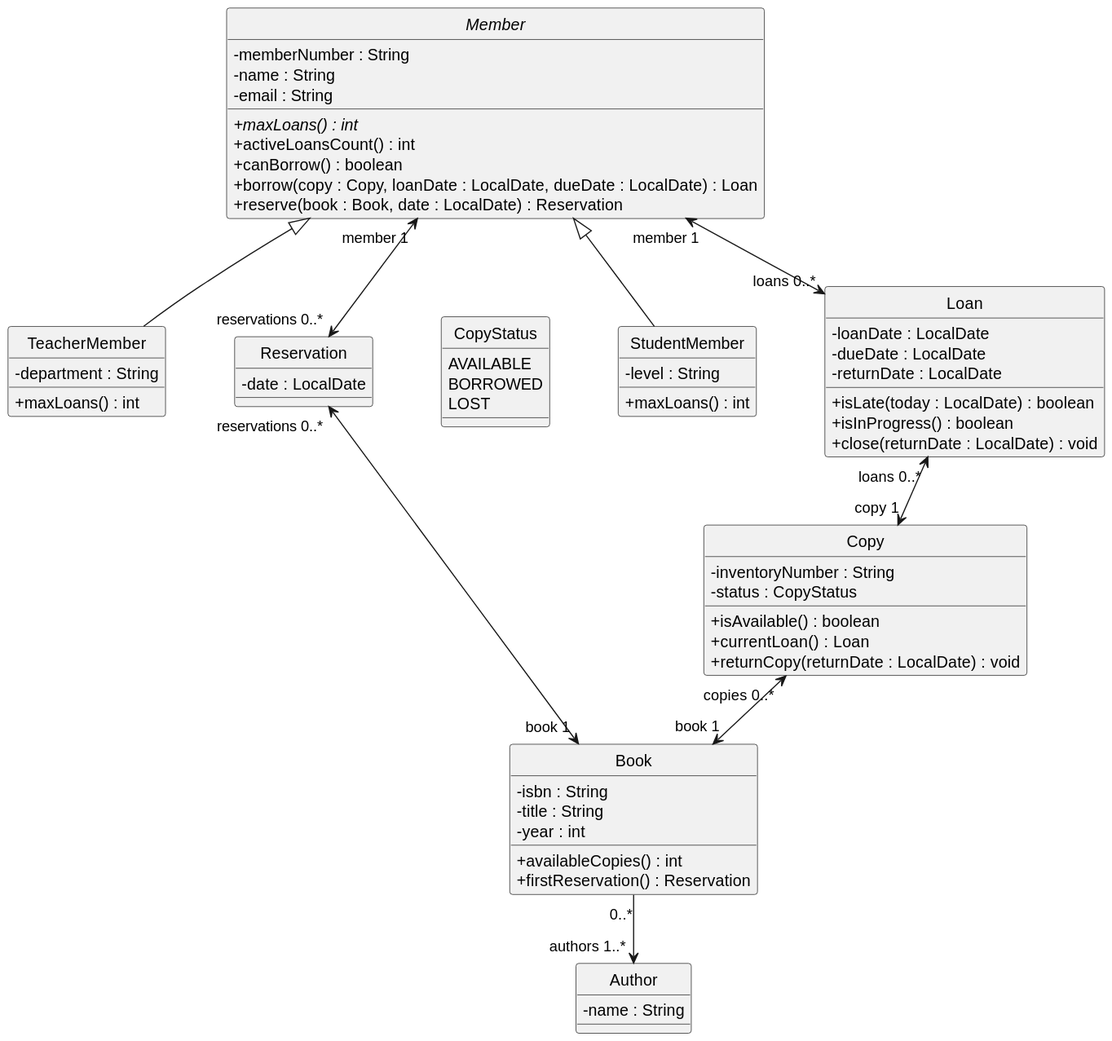
Melak-BenAbdallah/tp4-library-model keeps this PlantUML diagram as out/library-design/library-design.svg. Above is the earlier version. Its diagram source:
```plantuml
@startuml
skinparam classAttributeIconSize 0
skinparam nodesep 60
hide circle

abstract class Member {
  - memberNumber : String
  - name : String
  - email : String
  + {abstract} maxLoans() : int
  + activeLoansCount() : int
  + canBorrow() : boolean
  + borrow(copy : Copy, loanDate : LocalDate, dueDate : LocalDate) : Loan
  + reserve(book : Book, date : LocalDate) : Reservation
}

class StudentMember {
  - level : String
  + maxLoans() : int
}

class TeacherMember {
  - department : String
  + maxLoans() : int
}

class Loan {
  - loanDate : LocalDate
  - dueDate : LocalDate
  - returnDate : LocalDate
  + isLate(today : LocalDate) : boolean
  + isInProgress() : boolean
  + close(returnDate : LocalDate) : void
}

class Copy {
  - inventoryNumber : String
  - status : CopyStatus
  + isAvailable() : boolean
  + currentLoan() : Loan
  + returnCopy(returnDate : LocalDate) : void
}

class Reservation {
  - date : LocalDate
}

class Book {
  - isbn : String
  - title : String
  - year : int
  + availableCopies() : int
  + firstReservation() : Reservation
}

class Author {
  - name : String
}

enum CopyStatus {
  AVAILABLE
  BORROWED
  LOST
}

Member <|-- StudentMember
Member <|-- TeacherMember

Member "member 1" <--> "loans 0..*" Loan
Loan "loans 0..*" <--> "copy 1" Copy
Member "member 1" <--> "reservations 0..*" Reservation
Reservation "reservations 0..*" <--> "book 1" Book
Copy "copies 0..*" <--> "book 1" Book
Book "0..*" --> "authors 1..*" Author

TeacherMember -[hidden]right- Reservation
Reservation -[hidden]right- CopyStatus
@enduml
```
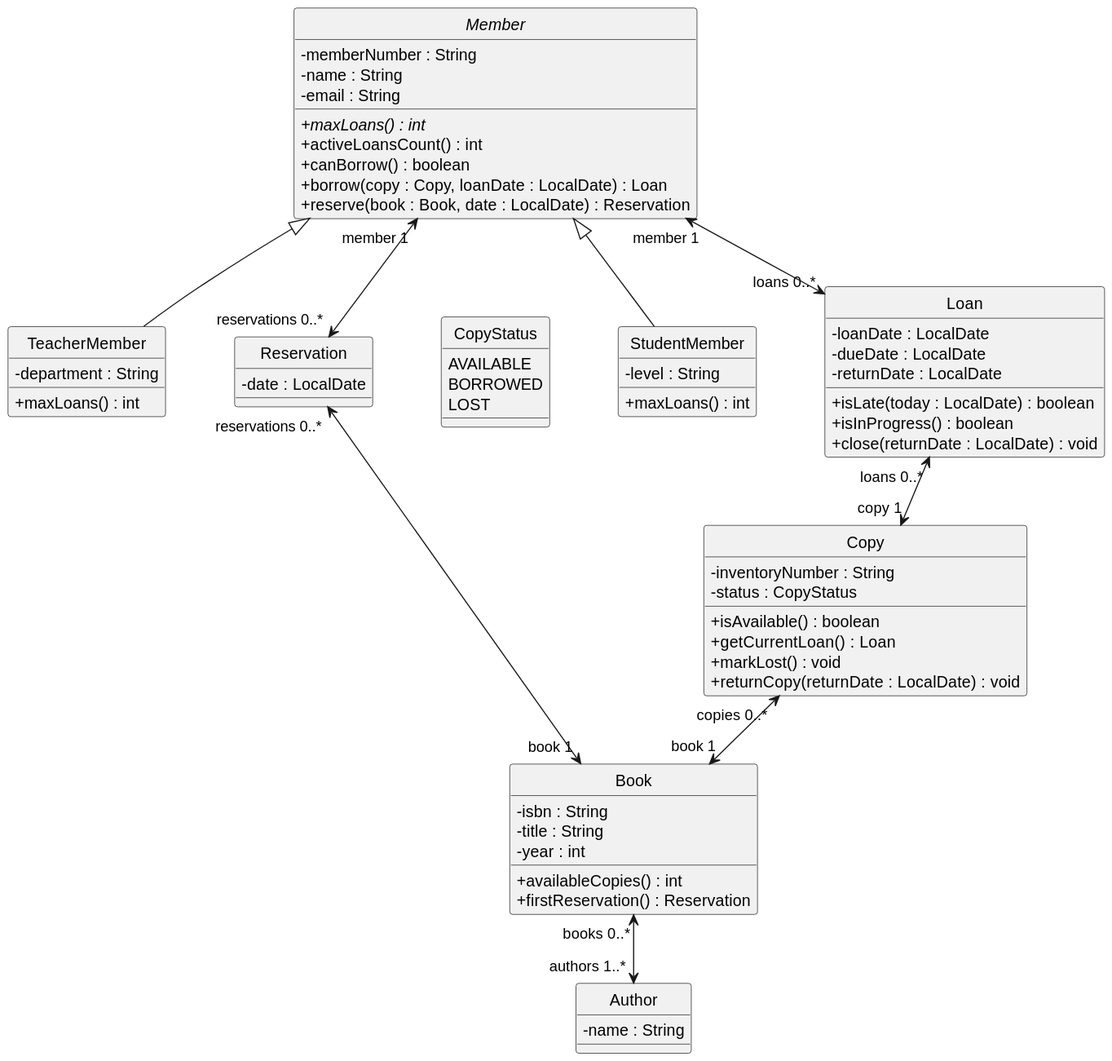
The same file after the commit.

Diff of the diagram source:
```diff
@@ -10,7 +10,7 @@
   + {abstract} maxLoans() : int
   + activeLoansCount() : int
   + canBorrow() : boolean
-  + borrow(copy : Copy, loanDate : LocalDate, dueDate : LocalDate) : Loan
+  + borrow(copy : Copy, loanDate : LocalDate) : Loan
   + reserve(book : Book, date : LocalDate) : Reservation
 }
 
@@ -37,7 +37,8 @@
   - inventoryNumber : String
   - status : CopyStatus
   + isAvailable() : boolean
-  + currentLoan() : Loan
+  + getCurrentLoan() : Loan
+  + markLost() : void
   + returnCopy(returnDate : LocalDate) : void
 }
 
@@ -71,7 +72,7 @@
 Member "member 1" <--> "reservations 0..*" Reservation
 Reservation "reservations 0..*" <--> "book 1" Book
 Copy "copies 0..*" <--> "book 1" Book
-Book "0..*" --> "authors 1..*" Author
+Book "books 0..*" <--> "authors 1..*" Author
 
 TeacherMember -[hidden]right- Reservation
 Reservation -[hidden]right- CopyStatus
```
